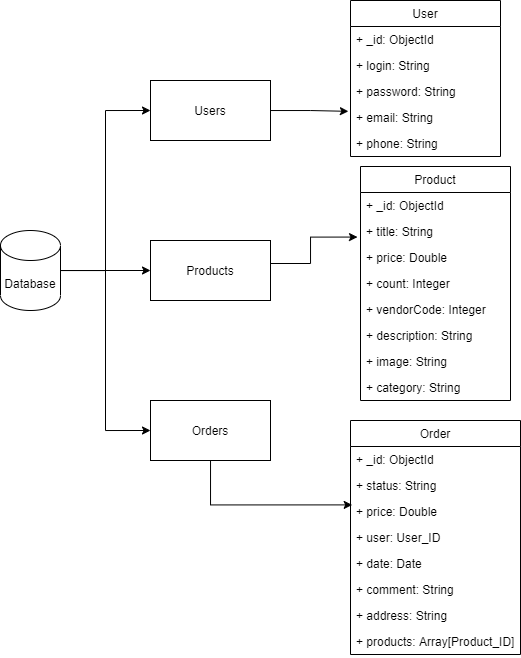
Earlier version of the draw.io export NoSQLDataModel.png (moevm/nosql2h21-fisherman). Source tidied: cells renumbered, new cells last; positions are measured from the earlier drawing's top-left corner, leaving out a move shared by most shapes.
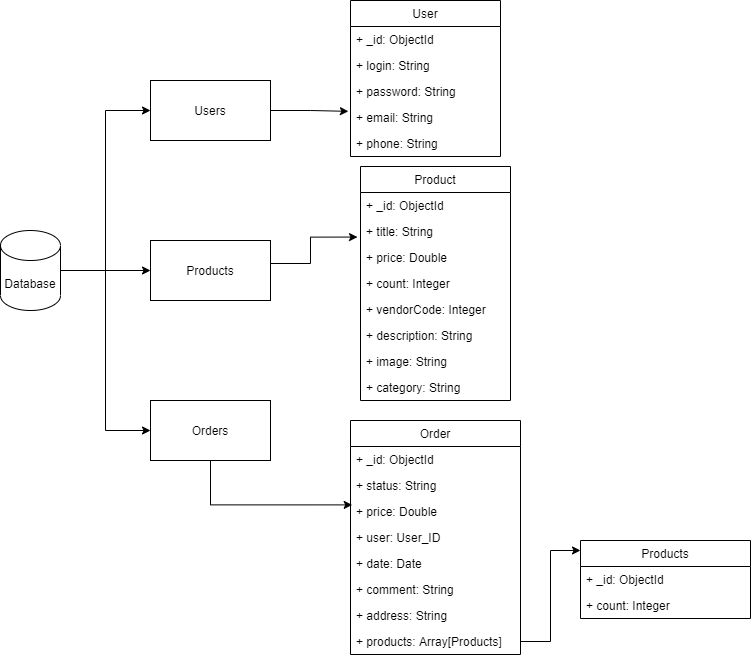
After the commit.

Commit message:
Change product_array

What changed in the source:
```diff
@@ -105,8 +105,20 @@
     <mxCell id="34" value="+ address: String" style="text;strokeColor=none;fillColor=none;align=left;verticalAlign=top;spacingLeft=4;spacingRight=4;overflow=hidden;" parent="27" vertex="1">
       <mxGeometry y="182" width="170" height="26" as="geometry" />
     </mxCell>
-    <mxCell id="35" value="+ products: Array[Product_ID]" style="text;strokeColor=none;fillColor=none;align=left;verticalAlign=top;spacingLeft=4;spacingRight=4;overflow=hidden;points=[[0,0.5],[1,0.5]];portConstraint=eastwest;" parent="27" vertex="1">
+    <mxCell id="35" value="+ products: Array[Products]" style="text;strokeColor=none;fillColor=none;align=left;verticalAlign=top;spacingLeft=4;spacingRight=4;overflow=hidden;points=[[0,0.5],[1,0.5]];portConstraint=eastwest;" parent="27" vertex="1">
       <mxGeometry y="208" width="170" height="26" as="geometry" />
     </mxCell>
+    <mxCell id="36" value="Products" style="swimlane;fontStyle=0;horizontal=1;startSize=26;fillColor=none;" parent="1" vertex="1">
+      <mxGeometry x="580" y="540" width="170" height="78" as="geometry" />
+    </mxCell>
+    <mxCell id="37" value="+ _id: ObjectId" style="text;strokeColor=none;fillColor=none;align=left;verticalAlign=top;spacingLeft=4;spacingRight=4;overflow=hidden;" parent="36" vertex="1">
+      <mxGeometry y="26" width="170" height="26" as="geometry" />
+    </mxCell>
+    <mxCell id="38" value="+ count: Integer" style="text;strokeColor=none;fillColor=none;align=left;verticalAlign=top;spacingLeft=4;spacingRight=4;overflow=hidden;" parent="36" vertex="1">
+      <mxGeometry y="52" width="170" height="26" as="geometry" />
+    </mxCell>
+    <mxCell id="39" style="edgeStyle=orthogonalEdgeStyle;rounded=0;jettySize=auto;html=1;entryX=0;entryY=0.128;entryDx=0;entryDy=0;entryPerimeter=0;" parent="1" edge="1" source="35" target="36">
+      <mxGeometry relative="1" as="geometry" />
+    </mxCell>
   </root>
 </mxGraphModel>
```
